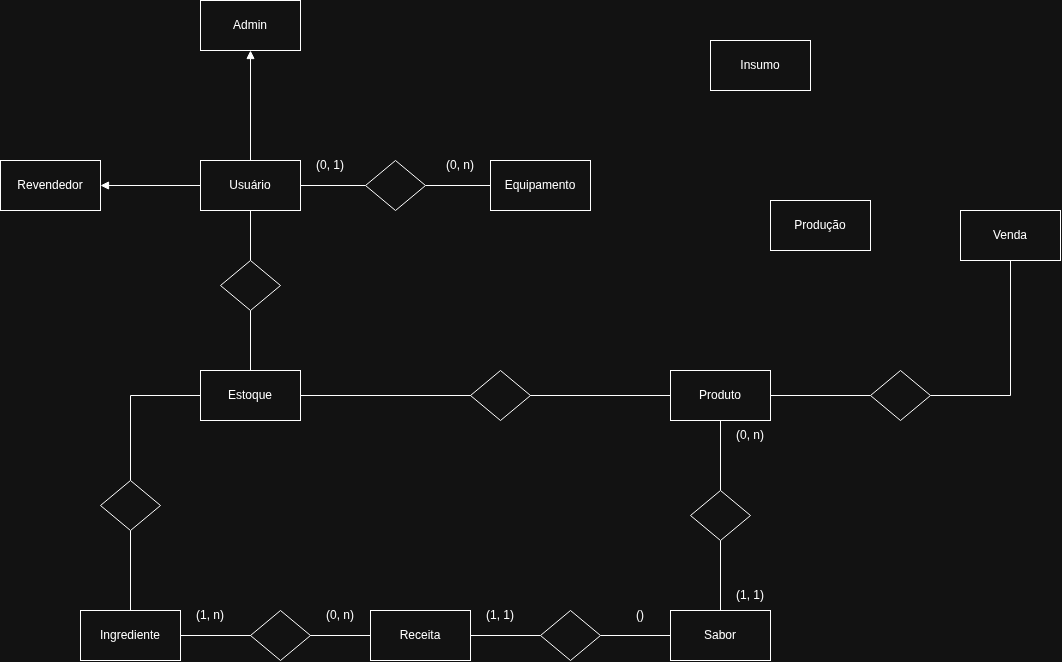
kaue0000/autonium-api keeps this draw.io diagram as docs/diagramas/DER.png. Above is the earlier version. Source tidied: cells renumbered, new cells last; positions are measured from the earlier drawing's top-left corner, leaving out a move shared by most shapes.
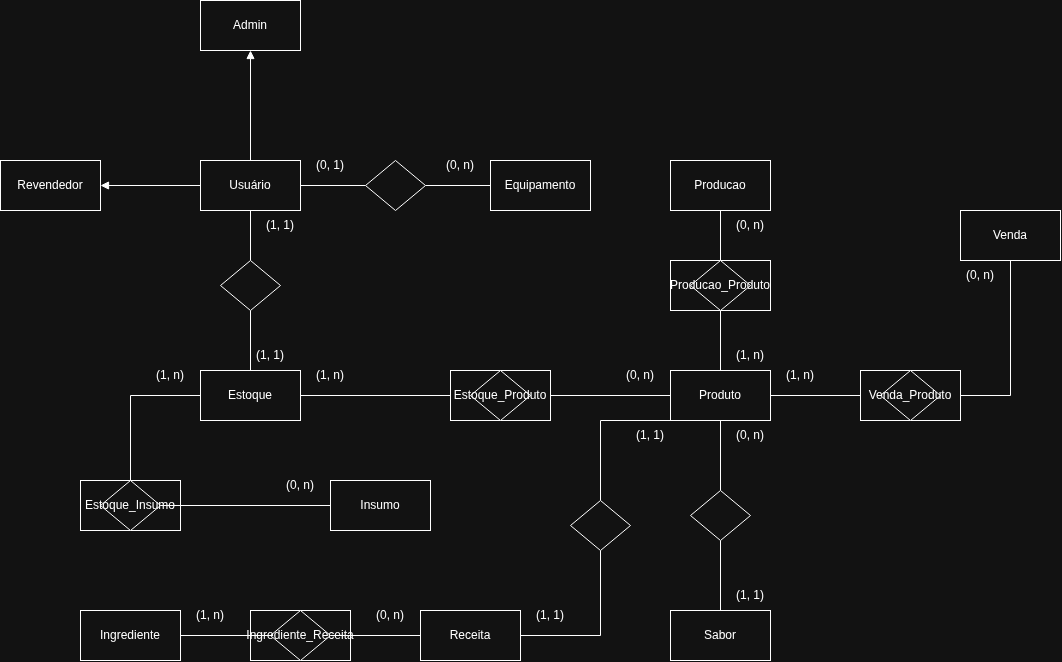
Later version of the same file.

Commit message:
fix: Correções nos relacionamentos DER

The edit, as a diff of the source:
```diff
@@ -2,6 +2,12 @@
   <root>
     <mxCell id="0" />
     <mxCell id="1" parent="0" />
+    <mxCell id="46" style="html=1;dashed=0;whiteSpace=wrap;" parent="1" vertex="1">
+      <mxGeometry x="250" y="610" width="100" height="50" as="geometry" />
+    </mxCell>
+    <mxCell id="47" style="html=1;dashed=0;whiteSpace=wrap;" parent="1" vertex="1">
+      <mxGeometry x="80" y="480" width="100" height="50" as="geometry" />
+    </mxCell>
     <mxCell id="2" style="rounded=0;jettySize=auto;html=1;entryX=1;entryY=0.5;entryDx=0;entryDy=0;defaultLabelBackgroundColor=gap;endArrow=block;endFill=1;" parent="1" edge="1" source="6" target="7">
       <mxGeometry relative="1" as="geometry" />
     </mxCell>
@@ -27,16 +33,20 @@
       <mxGeometry x="490" y="160" width="100" height="50" as="geometry" />
     </mxCell>
     <mxCell id="10" value="Insumo" style="html=1;dashed=0;whiteSpace=wrap;" parent="1" vertex="1">
-      <mxGeometry x="710" y="40" width="100" height="50" as="geometry" />
+      <mxGeometry x="330" y="480" width="100" height="50" as="geometry" />
     </mxCell>
-    <mxCell id="11" style="edgeStyle=orthogonalEdgeStyle;rounded=0;jettySize=auto;html=1;entryX=0;entryY=0.5;entryDx=0;entryDy=0;defaultLabelBackgroundColor=gap;endArrow=none;endFill=0;" parent="1" edge="1" source="28" target="22">
-      <mxGeometry relative="1" as="geometry" />
-    </mxCell>
-    <mxCell id="12" style="edgeStyle=orthogonalEdgeStyle;rounded=0;jettySize=auto;html=1;defaultLabelBackgroundColor=gap;endArrow=none;endFill=0;" parent="1" edge="1" source="13" target="14">
+    <mxCell id="12" style="edgeStyle=orthogonalEdgeStyle;rounded=0;jettySize=auto;html=1;defaultLabelBackgroundColor=gap;endArrow=none;endFill=0;" parent="1" edge="1" source="31" target="14">
       <mxGeometry relative="1" as="geometry" />
     </mxCell>
+    <mxCell id="48" style="edgeStyle=orthogonalEdgeStyle;rounded=0;jettySize=auto;html=1;entryX=0;entryY=1;entryDx=0;entryDy=0;defaultLabelBackgroundColor=gap;endArrow=none;endFill=0;" parent="1" edge="1" source="66" target="18">
+      <mxGeometry relative="1" as="geometry">
+        <Array as="points">
+          <mxPoint x="600" y="420" />
+        </Array>
+      </mxGeometry>
+    </mxCell>
     <mxCell id="13" value="Receita" style="html=1;dashed=0;whiteSpace=wrap;" parent="1" vertex="1">
-      <mxGeometry x="370" y="610" width="100" height="50" as="geometry" />
+      <mxGeometry x="420" y="610" width="100" height="50" as="geometry" />
     </mxCell>
     <mxCell id="14" value="Ingrediente" style="html=1;dashed=0;whiteSpace=wrap;" parent="1" vertex="1">
       <mxGeometry x="80" y="610" width="100" height="50" as="geometry" />
@@ -50,11 +60,14 @@
     <mxCell id="17" style="edgeStyle=orthogonalEdgeStyle;rounded=0;jettySize=auto;html=1;defaultLabelBackgroundColor=gap;endArrow=none;endFill=0;exitX=1;exitY=0.5;exitDx=0;exitDy=0;" parent="1" edge="1" source="43" target="15">
       <mxGeometry relative="1" as="geometry" />
     </mxCell>
+    <mxCell id="49" style="rounded=0;jettySize=auto;html=1;entryX=0.5;entryY=1;entryDx=0;entryDy=0;defaultLabelBackgroundColor=gap;endArrow=none;endFill=0;" parent="1" edge="1" source="57" target="19">
+      <mxGeometry relative="1" as="geometry" />
+    </mxCell>
     <mxCell id="18" value="Produto" style="html=1;dashed=0;whiteSpace=wrap;" parent="1" vertex="1">
       <mxGeometry x="670" y="370" width="100" height="50" as="geometry" />
     </mxCell>
-    <mxCell id="19" value="Produção" style="html=1;dashed=0;whiteSpace=wrap;" parent="1" vertex="1">
-      <mxGeometry x="770" y="200" width="100" height="50" as="geometry" />
+    <mxCell id="19" value="Producao" style="html=1;dashed=0;whiteSpace=wrap;" parent="1" vertex="1">
+      <mxGeometry x="670" y="160" width="100" height="50" as="geometry" />
     </mxCell>
     <mxCell id="20" value="(0, n)" style="text;html=1;whiteSpace=wrap;strokeColor=none;fillColor=none;align=center;verticalAlign=middle;rounded=0;" parent="1" vertex="1">
       <mxGeometry x="430" y="150" width="60" height="30" as="geometry" />
@@ -77,26 +90,11 @@
     <mxCell id="26" style="shape=rhombus;html=1;dashed=0;whiteSpace=wrap;perimeter=rhombusPerimeter;" parent="1" vertex="1">
       <mxGeometry x="690" y="490" width="60" height="50" as="geometry" />
     </mxCell>
-    <mxCell id="27" style="edgeStyle=orthogonalEdgeStyle;rounded=0;jettySize=auto;html=1;exitX=1;exitY=0.5;exitDx=0;exitDy=0;defaultLabelBackgroundColor=gap;endArrow=none;endFill=0;" parent="1" edge="1" source="13" target="28">
-      <mxGeometry relative="1" as="geometry" />
-    </mxCell>
-    <mxCell id="28" style="shape=rhombus;html=1;dashed=0;whiteSpace=wrap;perimeter=rhombusPerimeter;" parent="1" vertex="1">
-      <mxGeometry x="540" y="610" width="60" height="50" as="geometry" />
-    </mxCell>
-    <mxCell id="29" value="(1, 1)" style="text;html=1;whiteSpace=wrap;strokeColor=none;fillColor=none;align=center;verticalAlign=middle;rounded=0;" parent="1" vertex="1">
-      <mxGeometry x="470" y="600" width="60" height="30" as="geometry" />
-    </mxCell>
-    <mxCell id="30" value="()" style="text;html=1;whiteSpace=wrap;strokeColor=none;fillColor=none;align=center;verticalAlign=middle;rounded=0;" parent="1" vertex="1">
-      <mxGeometry x="610" y="600" width="60" height="30" as="geometry" />
-    </mxCell>
-    <mxCell id="31" style="shape=rhombus;html=1;dashed=0;whiteSpace=wrap;perimeter=rhombusPerimeter;" parent="1" vertex="1">
-      <mxGeometry x="250" y="610" width="60" height="50" as="geometry" />
-    </mxCell>
     <mxCell id="32" value="(1, n)" style="text;html=1;whiteSpace=wrap;strokeColor=none;fillColor=none;align=center;verticalAlign=middle;rounded=0;" parent="1" vertex="1">
       <mxGeometry x="180" y="600" width="60" height="30" as="geometry" />
     </mxCell>
     <mxCell id="33" value="(0, n)" style="text;html=1;whiteSpace=wrap;strokeColor=none;fillColor=none;align=center;verticalAlign=middle;rounded=0;" parent="1" vertex="1">
-      <mxGeometry x="310" y="600" width="60" height="30" as="geometry" />
+      <mxGeometry x="360" y="600" width="60" height="30" as="geometry" />
     </mxCell>
     <mxCell id="34" style="rounded=0;jettySize=auto;html=1;entryX=0;entryY=0.5;entryDx=0;entryDy=0;defaultLabelBackgroundColor=gap;endArrow=none;endFill=0;" parent="1" edge="1" source="6" target="35">
       <mxGeometry relative="1" as="geometry" />
@@ -107,32 +105,99 @@
     <mxCell id="36" style="rounded=0;jettySize=auto;html=1;entryX=0;entryY=0.5;entryDx=0;entryDy=0;defaultLabelBackgroundColor=gap;endArrow=none;endFill=0;" parent="1" edge="1" source="38" target="18">
       <mxGeometry relative="1" as="geometry" />
     </mxCell>
-    <mxCell id="37" style="rounded=0;jettySize=auto;html=1;defaultLabelBackgroundColor=gap;endArrow=none;endFill=0;edgeStyle=orthogonalEdgeStyle;" parent="1" edge="1" source="41" target="14">
+    <mxCell id="37" style="rounded=0;jettySize=auto;html=1;defaultLabelBackgroundColor=gap;endArrow=none;endFill=0;entryX=0;entryY=0.5;entryDx=0;entryDy=0;" parent="1" edge="1" source="41" target="10">
       <mxGeometry x="0.09" relative="1" as="geometry" />
     </mxCell>
     <mxCell id="38" value="Estoque" style="html=1;dashed=0;whiteSpace=wrap;" parent="1" vertex="1">
       <mxGeometry x="200" y="370" width="100" height="50" as="geometry" />
     </mxCell>
-    <mxCell id="39" style="shape=rhombus;html=1;dashed=0;whiteSpace=wrap;perimeter=rhombusPerimeter;" parent="1" vertex="1">
-      <mxGeometry x="470" y="370" width="60" height="50" as="geometry" />
-    </mxCell>
     <mxCell id="40" style="rounded=0;jettySize=auto;html=1;defaultLabelBackgroundColor=gap;endArrow=none;endFill=0;exitX=0;exitY=0.5;exitDx=0;exitDy=0;edgeStyle=orthogonalEdgeStyle;" parent="1" edge="1" source="38" target="41">
       <mxGeometry x="0.09" relative="1" as="geometry" />
     </mxCell>
-    <mxCell id="41" style="shape=rhombus;html=1;dashed=0;whiteSpace=wrap;perimeter=rhombusPerimeter;" parent="1" vertex="1">
+    <mxCell id="41" value="Estoque_Insumo" style="shape=rhombus;html=1;dashed=0;whiteSpace=wrap;perimeter=rhombusPerimeter;" parent="1" vertex="1">
       <mxGeometry x="100" y="480" width="60" height="50" as="geometry" />
     </mxCell>
     <mxCell id="42" style="edgeStyle=orthogonalEdgeStyle;rounded=0;jettySize=auto;html=1;defaultLabelBackgroundColor=gap;endArrow=none;endFill=0;" parent="1" edge="1" source="18" target="43">
       <mxGeometry relative="1" as="geometry" />
     </mxCell>
-    <mxCell id="43" style="shape=rhombus;html=1;dashed=0;whiteSpace=wrap;perimeter=rhombusPerimeter;" parent="1" vertex="1">
-      <mxGeometry x="870" y="370" width="60" height="50" as="geometry" />
-    </mxCell>
     <mxCell id="44" style="rounded=0;jettySize=auto;html=1;defaultLabelBackgroundColor=gap;endArrow=none;endFill=0;" parent="1" edge="1" source="6" target="45">
       <mxGeometry relative="1" as="geometry" />
     </mxCell>
     <mxCell id="45" style="shape=rhombus;html=1;dashed=0;whiteSpace=wrap;perimeter=rhombusPerimeter;" parent="1" vertex="1">
       <mxGeometry x="220" y="260" width="60" height="50" as="geometry" />
     </mxCell>
+    <mxCell id="50" value="(0, n)" style="text;html=1;whiteSpace=wrap;strokeColor=none;fillColor=none;align=center;verticalAlign=middle;rounded=0;" parent="1" vertex="1">
+      <mxGeometry x="950" y="260" width="60" height="30" as="geometry" />
+    </mxCell>
+    <mxCell id="51" value="(1, n)" style="text;html=1;whiteSpace=wrap;strokeColor=none;fillColor=none;align=center;verticalAlign=middle;rounded=0;" parent="1" vertex="1">
+      <mxGeometry x="770" y="360" width="60" height="30" as="geometry" />
+    </mxCell>
+    <mxCell id="52" style="html=1;dashed=0;whiteSpace=wrap;" parent="1" vertex="1">
+      <mxGeometry x="860" y="370" width="100" height="50" as="geometry" />
+    </mxCell>
+    <mxCell id="43" value="Venda_Produto" style="shape=rhombus;html=1;dashed=0;whiteSpace=wrap;perimeter=rhombusPerimeter;" parent="1" vertex="1">
+      <mxGeometry x="880" y="370" width="60" height="50" as="geometry" />
+    </mxCell>
+    <mxCell id="53" style="rounded=0;jettySize=auto;html=1;entryX=0.5;entryY=1;entryDx=0;entryDy=0;defaultLabelBackgroundColor=gap;endArrow=none;endFill=0;" parent="1" edge="1" source="18" target="57">
+      <mxGeometry relative="1" as="geometry" />
+    </mxCell>
+    <mxCell id="54" value="(1, n)" style="text;html=1;whiteSpace=wrap;strokeColor=none;fillColor=none;align=center;verticalAlign=middle;rounded=0;" parent="1" vertex="1">
+      <mxGeometry x="720" y="340" width="60" height="30" as="geometry" />
+    </mxCell>
+    <mxCell id="55" value="(0, n)" style="text;html=1;whiteSpace=wrap;strokeColor=none;fillColor=none;align=center;verticalAlign=middle;rounded=0;" parent="1" vertex="1">
+      <mxGeometry x="720" y="210" width="60" height="30" as="geometry" />
+    </mxCell>
+    <mxCell id="56" style="html=1;dashed=0;whiteSpace=wrap;" parent="1" vertex="1">
+      <mxGeometry x="670" y="260" width="100" height="50" as="geometry" />
+    </mxCell>
+    <mxCell id="57" value="Producao_Produto" style="shape=rhombus;html=1;dashed=0;whiteSpace=wrap;perimeter=rhombusPerimeter;" parent="1" vertex="1">
+      <mxGeometry x="690" y="260" width="60" height="50" as="geometry" />
+    </mxCell>
+    <mxCell id="58" value="(0, n)" style="text;html=1;whiteSpace=wrap;strokeColor=none;fillColor=none;align=center;verticalAlign=middle;rounded=0;" parent="1" vertex="1">
+      <mxGeometry x="610" y="360" width="60" height="30" as="geometry" />
+    </mxCell>
+    <mxCell id="59" value="(1, n)" style="text;html=1;whiteSpace=wrap;strokeColor=none;fillColor=none;align=center;verticalAlign=middle;rounded=0;" parent="1" vertex="1">
+      <mxGeometry x="300" y="360" width="60" height="30" as="geometry" />
+    </mxCell>
+    <mxCell id="60" style="html=1;dashed=0;whiteSpace=wrap;" parent="1" vertex="1">
+      <mxGeometry x="450" y="370" width="100" height="50" as="geometry" />
+    </mxCell>
+    <mxCell id="39" value="Estoque_Produto" style="shape=rhombus;html=1;dashed=0;whiteSpace=wrap;perimeter=rhombusPerimeter;" parent="1" vertex="1">
+      <mxGeometry x="470" y="370" width="60" height="50" as="geometry" />
+    </mxCell>
+    <mxCell id="61" value="(0, n)" style="text;html=1;whiteSpace=wrap;strokeColor=none;fillColor=none;align=center;verticalAlign=middle;rounded=0;" parent="1" vertex="1">
+      <mxGeometry x="270" y="470" width="60" height="30" as="geometry" />
+    </mxCell>
+    <mxCell id="62" value="(1, n)" style="text;html=1;whiteSpace=wrap;strokeColor=none;fillColor=none;align=center;verticalAlign=middle;rounded=0;" parent="1" vertex="1">
+      <mxGeometry x="140" y="360" width="60" height="30" as="geometry" />
+    </mxCell>
+    <mxCell id="63" value="(1, 1)" style="text;html=1;whiteSpace=wrap;strokeColor=none;fillColor=none;align=center;verticalAlign=middle;rounded=0;" parent="1" vertex="1">
+      <mxGeometry x="240" y="340" width="60" height="30" as="geometry" />
+    </mxCell>
+    <mxCell id="64" value="(1, 1)" style="text;html=1;whiteSpace=wrap;strokeColor=none;fillColor=none;align=center;verticalAlign=middle;rounded=0;" parent="1" vertex="1">
+      <mxGeometry x="250" y="210" width="60" height="30" as="geometry" />
+    </mxCell>
+    <mxCell id="65" style="edgeStyle=orthogonalEdgeStyle;rounded=0;jettySize=auto;html=1;defaultLabelBackgroundColor=gap;endArrow=none;endFill=0;" parent="1" edge="1" source="13" target="66">
+      <mxGeometry relative="1" as="geometry">
+        <Array as="points">
+          <mxPoint x="600" y="635" />
+        </Array>
+      </mxGeometry>
+    </mxCell>
+    <mxCell id="66" style="shape=rhombus;html=1;dashed=0;whiteSpace=wrap;perimeter=rhombusPerimeter;" parent="1" vertex="1">
+      <mxGeometry x="570" y="500" width="60" height="50" as="geometry" />
+    </mxCell>
+    <mxCell id="67" value="(1, 1)" style="text;html=1;whiteSpace=wrap;strokeColor=none;fillColor=none;align=center;verticalAlign=middle;rounded=0;" parent="1" vertex="1">
+      <mxGeometry x="520" y="600" width="60" height="30" as="geometry" />
+    </mxCell>
+    <mxCell id="68" value="(1, 1)" style="text;html=1;whiteSpace=wrap;strokeColor=none;fillColor=none;align=center;verticalAlign=middle;rounded=0;" parent="1" vertex="1">
+      <mxGeometry x="620" y="420" width="60" height="30" as="geometry" />
+    </mxCell>
+    <mxCell id="69" style="edgeStyle=orthogonalEdgeStyle;rounded=0;jettySize=auto;html=1;defaultLabelBackgroundColor=gap;endArrow=none;endFill=0;" parent="1" edge="1" source="13" target="31">
+      <mxGeometry relative="1" as="geometry" />
+    </mxCell>
+    <mxCell id="31" value="Ingrediente_Receita" style="shape=rhombus;html=1;dashed=0;whiteSpace=wrap;perimeter=rhombusPerimeter;" parent="1" vertex="1">
+      <mxGeometry x="270" y="610" width="60" height="50" as="geometry" />
+    </mxCell>
   </root>
 </mxGraphModel>
```
